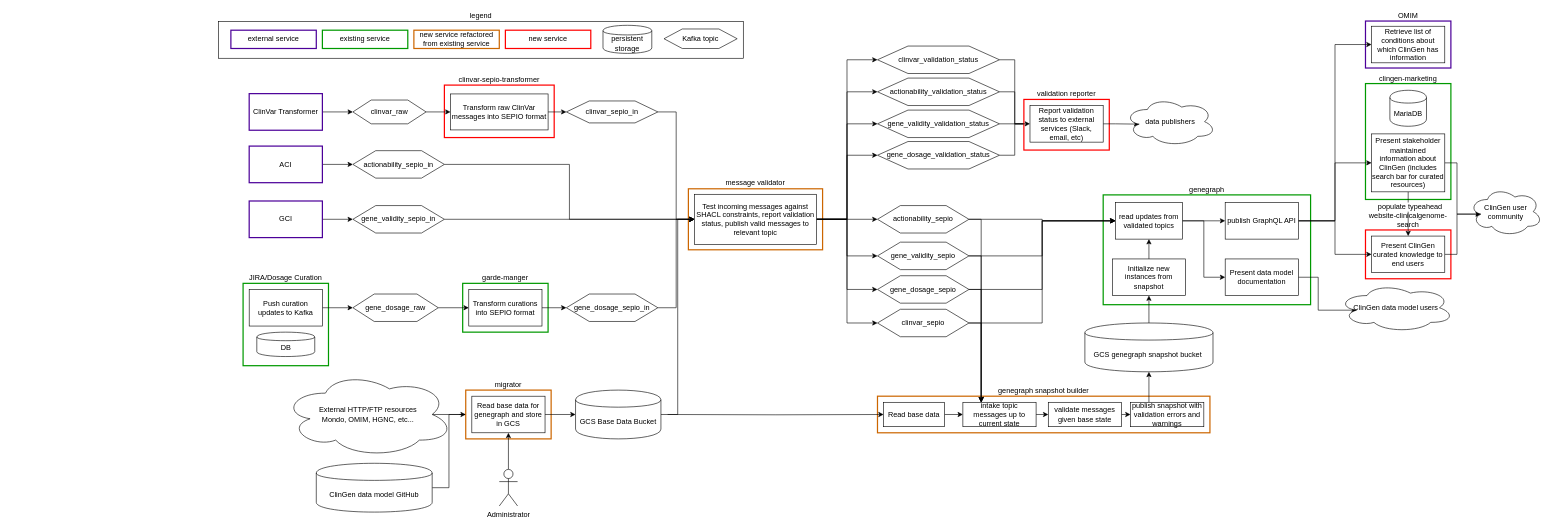
Before: page "future" (2 of 3) of B/G ClinGen Architecture.drawio in clingen-data-model/architecture, a draw.io diagram. Source tidied: cells renumbered, new cells numbered last; positions are measured from the earlier drawing's top-left corner, leaving out a move shared by most shapes. Both pictures are drawn from the tidied source at 61%, with x=0, y=0 at pixel (218, 21).
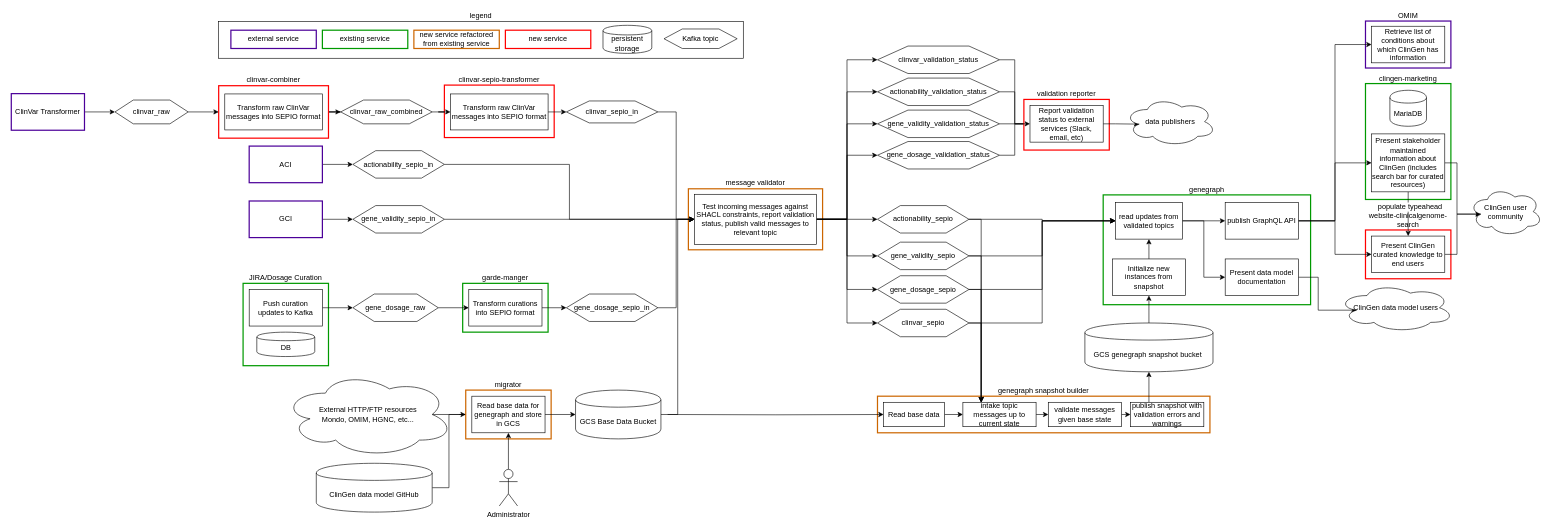
The same page after the edit.

The change refers to these unchanged cells:
```xml
<mxCell id="77" value="Transform raw ClinVar messages into SEPIO format" style="rounded=0;whiteSpace=wrap;html=1;" parent="1" vertex="1">
  <mxGeometry x="380" y="119.5" width="160" height="59" as="geometry" />
</mxCell>
```

The edit, as a diff of the source:
```diff
@@
     <mxCell id="73" value="ClinVar Transformer" style="rounded=0;whiteSpace=wrap;html=1;strokeColor=#4C0099;strokeWidth=2;" parent="1" vertex="1">
-      <mxGeometry x="50" y="119" width="120" height="60" as="geometry" />
+      <mxGeometry x="-340" y="119" width="120" height="60" as="geometry" />
     </mxCell>
-    <mxCell id="74" style="edgeStyle=orthogonalEdgeStyle;rounded=0;jettySize=auto;html=1;exitX=1;exitY=0.5;exitDx=0;exitDy=0;entryX=0;entryY=0.5;entryDx=0;entryDy=0;" parent="1" edge="1" source="75" target="77">
-      <mxGeometry relative="1" as="geometry" />
-    </mxCell>
+    <mxCell id="121" style="edgeStyle=orthogonalEdgeStyle;rounded=0;jettySize=auto;html=1;" parent="1" edge="1" source="75" target="123">
+      <mxGeometry relative="1" as="geometry" />
+    </mxCell>
     <mxCell id="75" value="clinvar_raw" style="shape=hexagon;perimeter=hexagonPerimeter2;whiteSpace=wrap;html=1;" parent="1" vertex="1">
-      <mxGeometry x="220" y="129.5" width="120" height="39" as="geometry" />
+      <mxGeometry x="-170" y="129.5" width="120" height="39" as="geometry" />
     </mxCell>
@@
+    <mxCell id="122" style="edgeStyle=orthogonalEdgeStyle;rounded=0;jettySize=auto;html=1;" parent="1" edge="1" source="123" target="126">
+      <mxGeometry relative="1" as="geometry" />
+    </mxCell>
+    <mxCell id="123" value="clinvar-combiner&lt;br&gt;" style="rounded=0;whiteSpace=wrap;html=1;labelPosition=center;verticalLabelPosition=top;align=center;verticalAlign=bottom;labelBorderColor=none;strokeColor=#FF0000;strokeWidth=2;" parent="1" vertex="1">
+      <mxGeometry y="106" width="180" height="86" as="geometry" />
+    </mxCell>
+    <mxCell id="124" value="Transform raw ClinVar messages into SEPIO format" style="rounded=0;whiteSpace=wrap;html=1;" parent="1" vertex="1">
+      <mxGeometry x="10" y="119.5" width="160" height="59" as="geometry" />
+    </mxCell>
+    <mxCell id="125" style="edgeStyle=orthogonalEdgeStyle;rounded=0;jettySize=auto;html=1;" parent="1" edge="1" source="126" target="77">
+      <mxGeometry relative="1" as="geometry" />
+    </mxCell>
+    <mxCell id="126" value="clinvar_raw_combined" style="shape=hexagon;perimeter=hexagonPerimeter2;whiteSpace=wrap;html=1;" parent="1" vertex="1">
+      <mxGeometry x="200" y="129.5" width="150" height="39" as="geometry" />
+    </mxCell>
```
